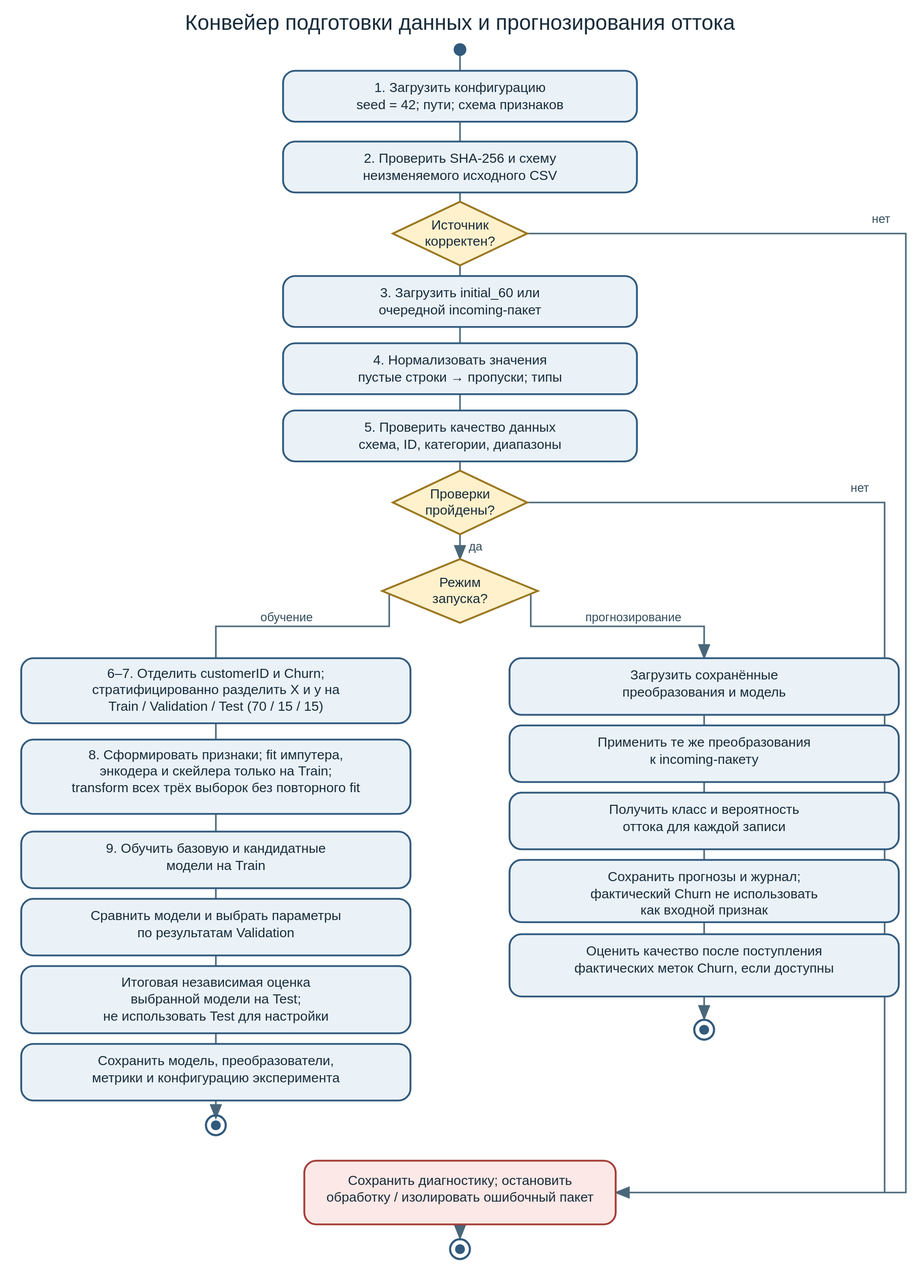
Earlier version of the PlantUML export reports/pipeline/diagrams/ml_pipeline_activity.svg (Lofold/telco-customer-churn-ml). Its source is kept beside it as reports/pipeline/diagrams/ml_pipeline_activity.puml.
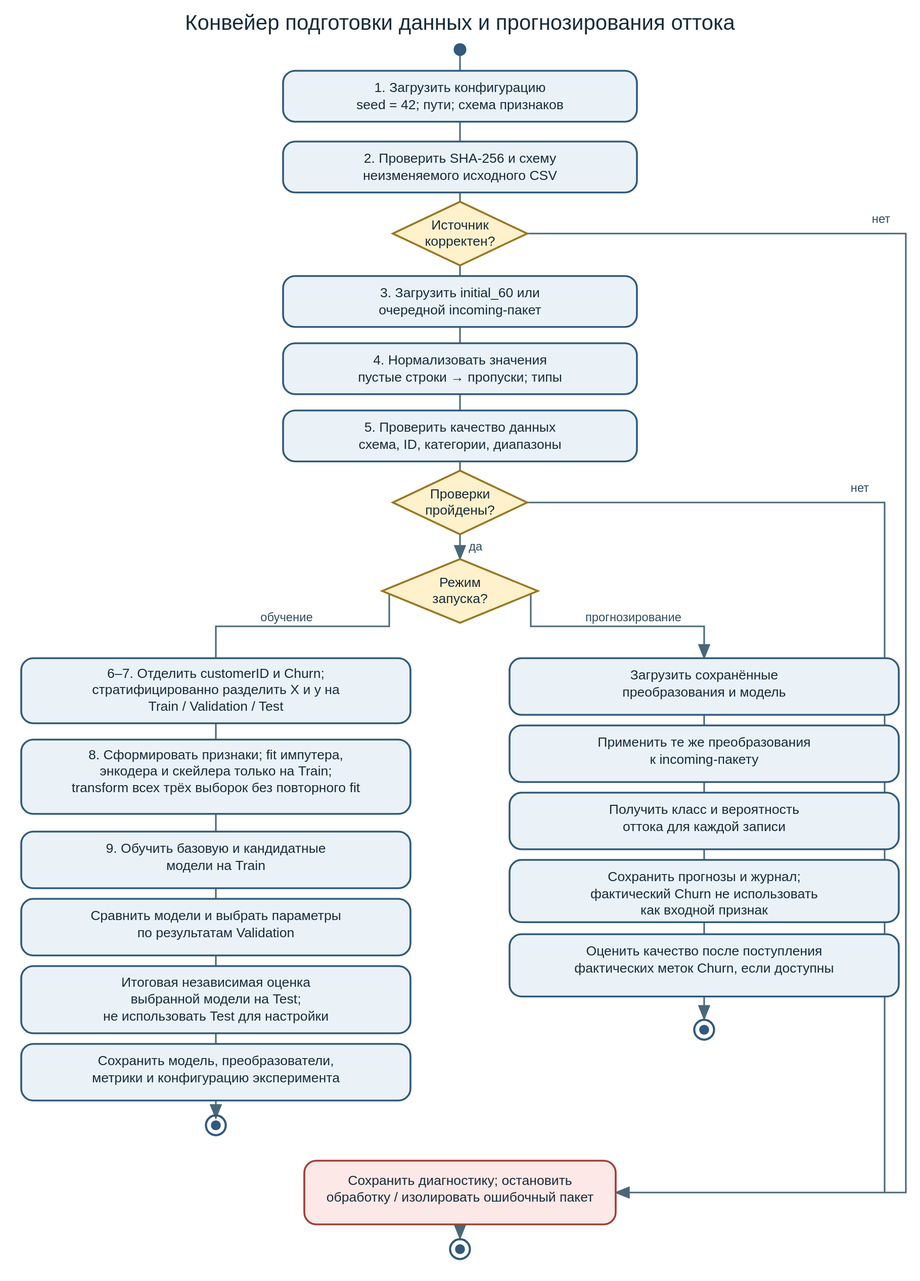
The same file after the commit.

Commit message:
docs: avoid assuming an unspecified split ratio

The edit, as a diff of the source:
```diff
@@ -19,7 +19,7 @@
    if (Quality checks pass?) then (yes)
      :Separate Churn target and customerID;
      if (Development/training run?) then (yes)
-       :Create stratified train/validation/test split\n(70/15/15, random_state=42);
+       :Create stratified train/validation/test split\n(random_state=42);
        :Fit preprocessing on train only;
        :Create candidate engineered features;
        :Train baseline and candidate models on train;
```
